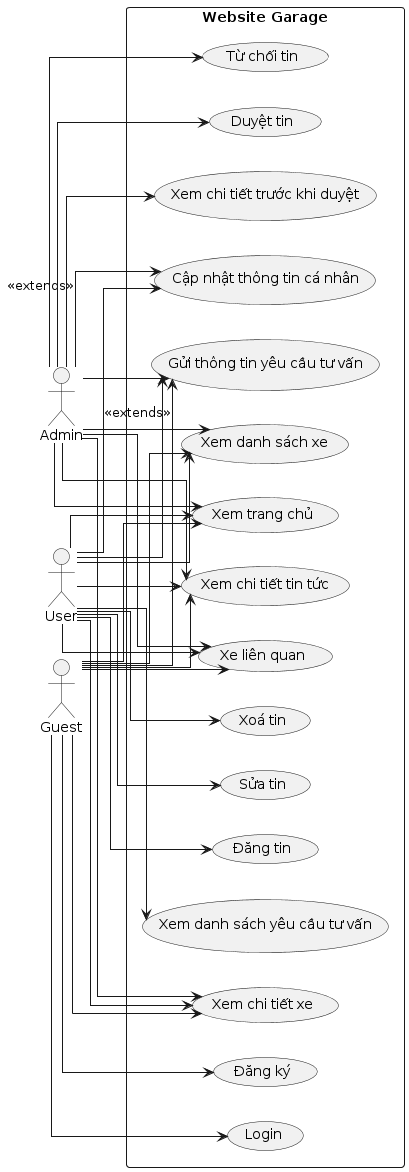
Above: diagram/usecase.png in dubravko-luka/Car-SQL-Server (PlantUML), before the change.
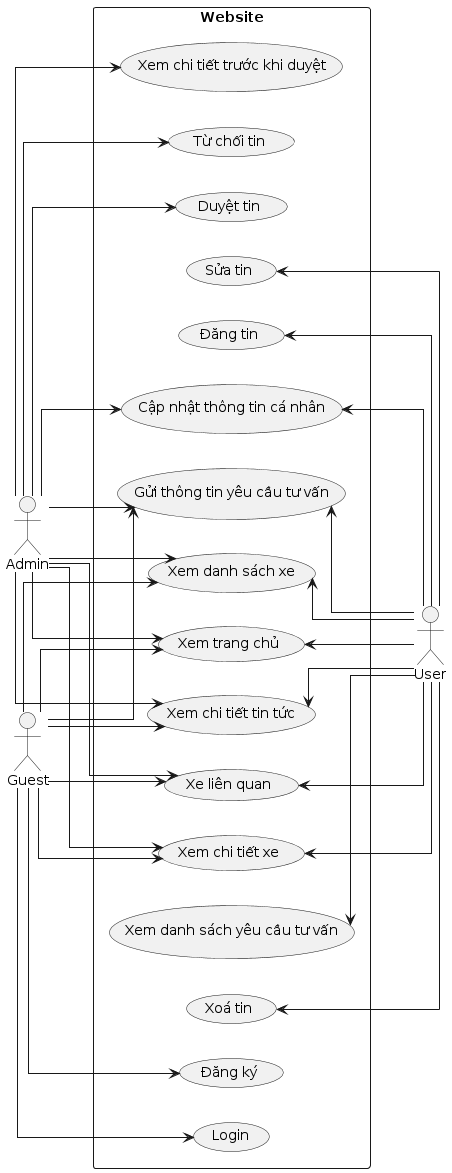
The same diagram one commit later.

Commit message:
udpate code

The edit, as a diff of the source:
```diff
@@ -6,7 +6,7 @@
 actor User as U
 actor Guest as G
 
-rectangle "Website Garage" {
+rectangle "Website" {
     usecase "Xem trang chủ" as UC1
     usecase "Xem danh sách xe" as UC2
     usecase "Gửi thông tin yêu cầu tư vấn" as UC3
@@ -24,16 +24,16 @@
     usecase "Xoá tin" as UC15
     usecase "Xem danh sách yêu cầu tư vấn" as UC16
 
-    A --> UC9 : << extends >>
+    A --> UC9
     A --> UC10
     A --> UC11
     A --> UC12
 
-    U --> UC9 : << extends >>
-    U --> UC13
-    U --> UC14
-    U --> UC15
-    U --> UC16
+    UC9 <-- U
+    UC13 <-- U
+    UC14 <-- U
+    UC15 <-- U
+    UC16 <-- U
 
     G --> UC7
     G --> UC8
@@ -45,12 +45,12 @@
     A --> UC5
     A --> UC6
 
-    U --> UC1
-    U --> UC2
-    U --> UC3
-    U --> UC4
-    U --> UC5
-    U --> UC6
+    UC1 <-- U
+    UC2 <-- U
+    UC3 <-- U
+    UC4 <-- U
+    UC5 <-- U
+    UC6 <-- U
 
     G --> UC1
     G --> UC2
```
